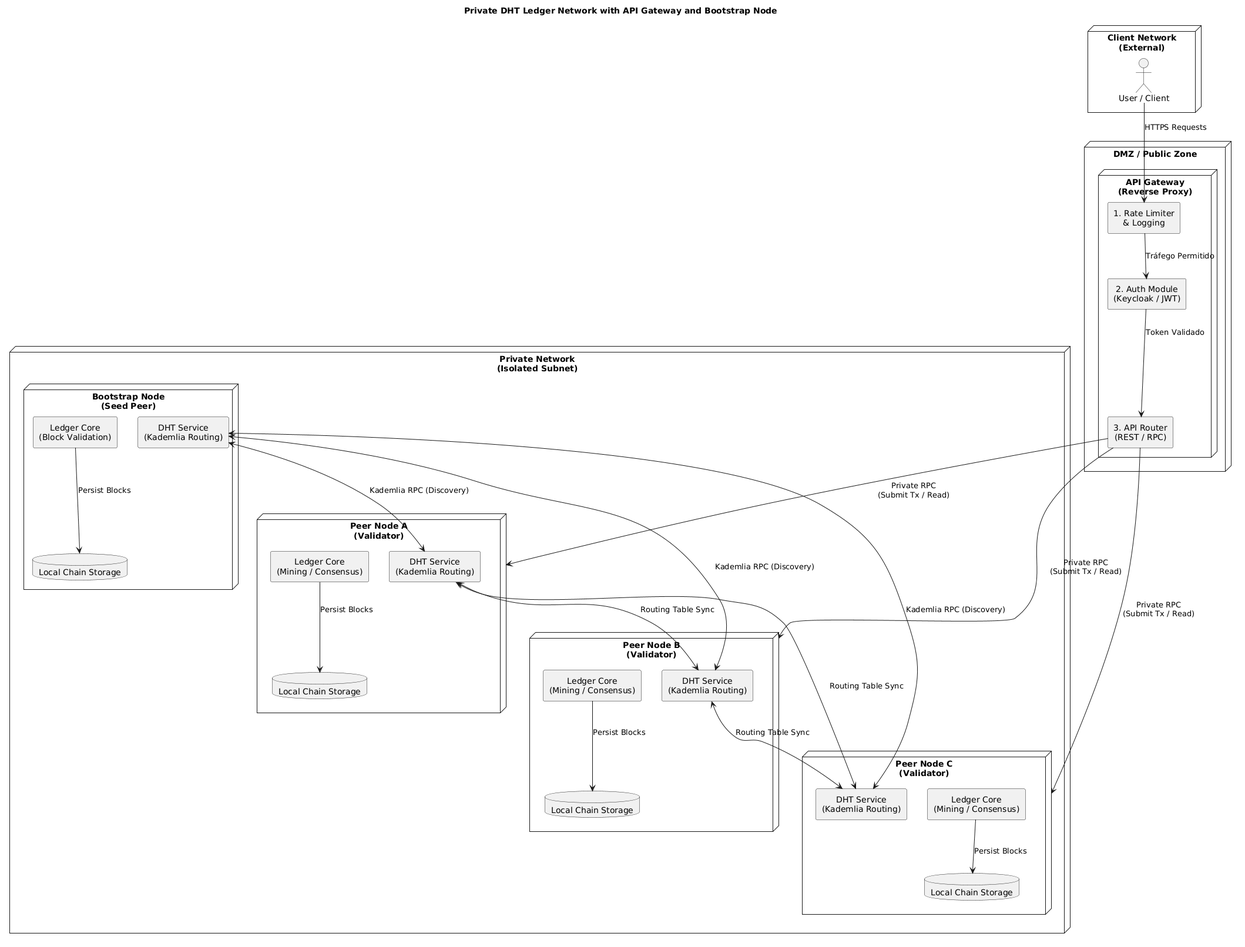
Above: docs/diagram/systemDesign/system-design.png in Hugofr21/blockchain-mechanisms (PlantUML), before the change.
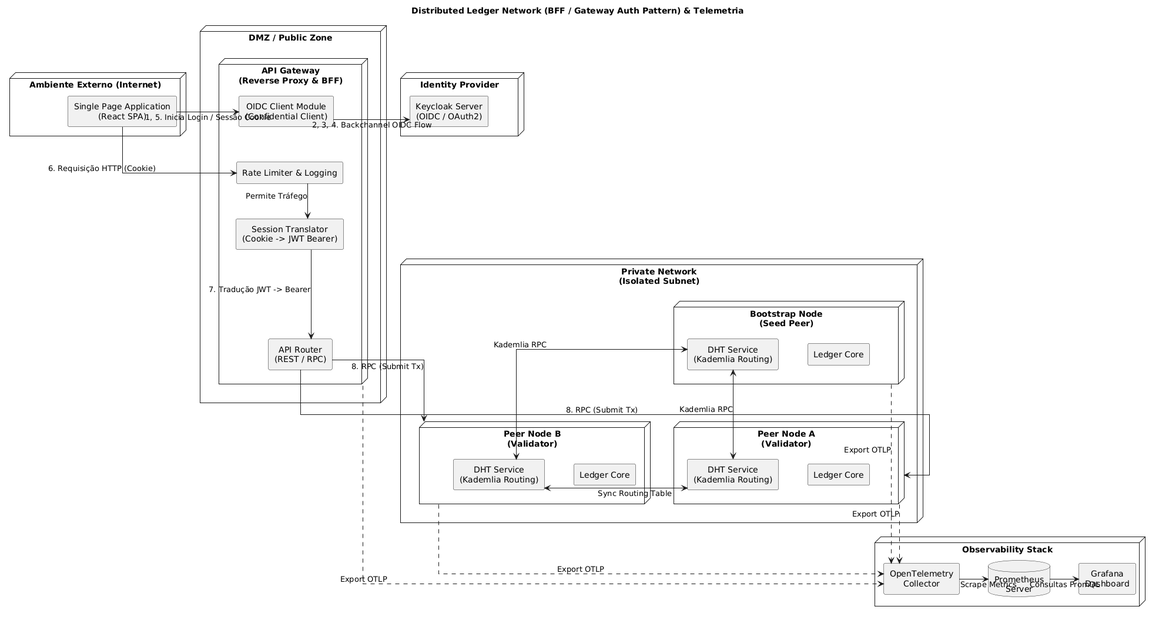
Later version of the same file.

Commit message:
system design

Change to the diagram source:
```diff
@@ -1,67 +1,82 @@
 @startuml
-title Private DHT Ledger Network with API Gateway and Bootstrap Node
+title Distributed Ledger Network (BFF / Gateway Auth Pattern) & Telemetria
 
 skinparam shadowing false
 skinparam componentStyle rectangle
 skinparam defaultTextAlignment center
+skinparam linetype ortho
+skinparam nodesep 50
+skinparam ranksep 60
+skinparam pad 20
 
-node "Client Network\n(External)" as clientNet {
-  actor "User / Client" as client
+
+node "Ambiente Externo (Internet)" as public {
+  component "Single Page Application\n(React SPA)" as react
+}
+
+node "Identity Provider" as idp {
+  component "Keycloak Server\n(OIDC / OAuth2)" as keycloak
 }
 
 node "DMZ / Public Zone" as dmz {
-  node "API Gateway\n(Reverse Proxy)" as apigw {
-    component "1. Rate Limiter\n& Logging" as ratelimit
-    component "2. Auth Module\n(Keycloak / JWT)" as auth
-    component "3. API Router\n(REST / RPC)" as api
+  node "API Gateway\n(Reverse Proxy & BFF)" as apigw {
+    component "OIDC Client Module\n(Confidential Client)" as oidc
+    component "Rate Limiter & Logging" as ratelimit
+    component "Session Translator\n(Cookie -> JWT Bearer)" as auth
+    component "API Router\n(REST / RPC)" as api
+
+    oidc -[hidden]down-> ratelimit
+    ratelimit -[hidden]down-> auth
+    auth -[hidden]down-> api
   }
 }
 
 node "Private Network\n(Isolated Subnet)" as privNet {
-
   node "Bootstrap Node\n(Seed Peer)" as bootstrap {
     component "DHT Service\n(Kademlia Routing)" as bootDHT
-    component "Ledger Core\n(Block Validation)" as bootLedger
-    database "Local Chain Storage" as bootStorage
+    component "Ledger Core" as bootLedger
   }
 
   node "Peer Node A\n(Validator)" as peerA {
     component "DHT Service\n(Kademlia Routing)" as dhtA
-    component "Ledger Core\n(Mining / Consensus)" as ledgerA
-    database "Local Chain Storage" as storeA
+    component "Ledger Core" as ledgerA
   }
 
   node "Peer Node B\n(Validator)" as peerB {
     component "DHT Service\n(Kademlia Routing)" as dhtB
-    component "Ledger Core\n(Mining / Consensus)" as ledgerB
-    database "Local Chain Storage" as storeB
+    component "Ledger Core" as ledgerB
   }
 
-  node "Peer Node C\n(Validator)" as peerC {
-    component "DHT Service\n(Kademlia Routing)" as dhtC
-    component "Ledger Core\n(Mining / Consensus)" as ledgerC
-    database "Local Chain Storage" as storeC
-  }
+  bootstrap -[hidden]right-> peerA
+  peerA -[hidden]right-> peerB
 }
 
-client --> ratelimit : HTTPS Requests
-ratelimit --> auth : Tráfego Permitido
-auth --> api : Token Validado
+node "Observability Stack" as obs {
+  component "OpenTelemetry\nCollector" as otel
+  database "Prometheus\nServer" as prometheus
+  component "Grafana\nDashboard" as grafana
+}
 
-api --> peerA : Private RPC\n(Submit Tx / Read)
-api --> peerB : Private RPC\n(Submit Tx / Read)
-api --> peerC : Private RPC\n(Submit Tx / Read)
 
-bootDHT <--> dhtA : Kademlia RPC (Discovery)
-bootDHT <--> dhtB : Kademlia RPC (Discovery)
-bootDHT <--> dhtC : Kademlia RPC (Discovery)
+react -right-> oidc : 1, 5. Inicia Login / Sessão Cookie
+oidc -right-> keycloak : 2, 3, 4. Backchannel OIDC Flow
 
-dhtA <--> dhtB : Routing Table Sync
-dhtB <--> dhtC : Routing Table Sync
-dhtA <--> dhtC : Routing Table Sync
+react -down-> ratelimit : 6. Requisição HTTP (Cookie)
+ratelimit -down-> auth : Permite Tráfego
+auth -down-> api : 7. Tradução JWT -> Bearer
 
-bootLedger --> bootStorage : Persist Blocks
-ledgerA --> storeA : Persist Blocks
-ledgerB --> storeB : Persist Blocks
-ledgerC --> storeC : Persist Blocks
+api -down-> peerA : 8. RPC (Submit Tx)
+api -down-> peerB : 8. RPC (Submit Tx)
+
+bootDHT <-down-> dhtA : Kademlia RPC
+bootDHT <-down-> dhtB : Kademlia RPC
+dhtA <-right-> dhtB : Sync Routing Table
+
+apigw .down.> otel : Export OTLP
+bootstrap .down.> otel : Export OTLP
+peerA .down.> otel : Export OTLP
+peerB .down.> otel : Export OTLP
+
+otel -right-> prometheus : Scrape Metrics
+prometheus -right-> grafana : Consultas PromQL
 @enduml
```
